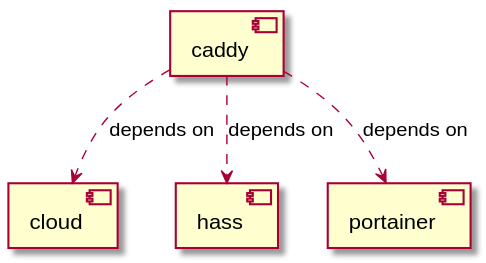
Before: services_graph.svg, a diagram exported from PlantUML (CS-Tao/pi-services).
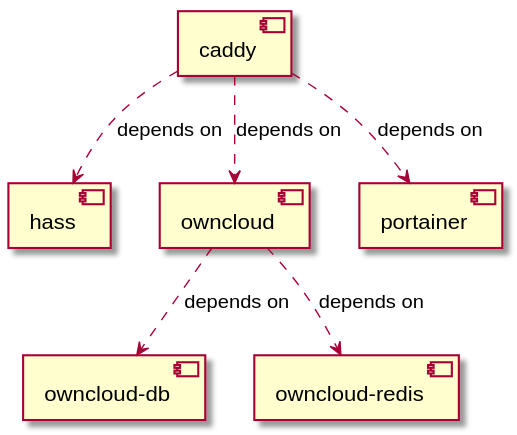
After the commit.

Commit message:
Automated deployment: Sun Feb  9 04:54:51 UTC 2020 6ffa13244023b0c42501b408612913ce13dc120a

Diff of the diagram source:
```diff
@@ -1,11 +1,15 @@
 @startuml
 skinparam componentStyle uml2
 [caddy]
-[cloud]
 [hass]
+[owncloud]
+[owncloud-db]
+[owncloud-redis]
 [portainer]
-[caddy] ..> [cloud] : depends on
 [caddy] ..> [hass] : depends on
+[caddy] ..> [owncloud] : depends on
 [caddy] ..> [portainer] : depends on
+[owncloud] ..> [owncloud-db] : depends on
+[owncloud] ..> [owncloud-redis] : depends on
 
 @enduml
```
